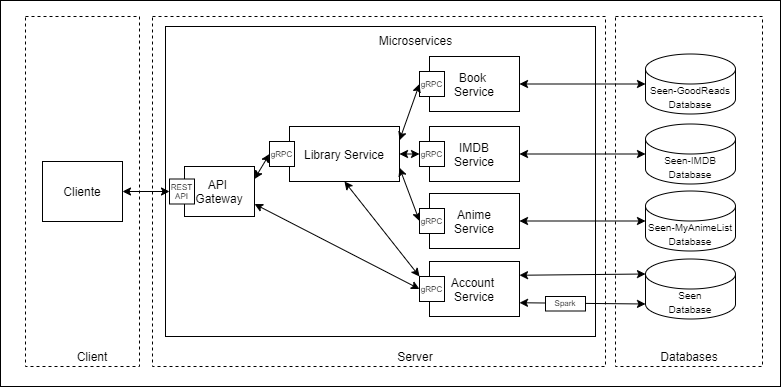
The draw.io diagram app/api/report_final/images/CloudNativeAppArchitecture.png in JotaFilip/cn-g, before a commit. Source tidied: cells renumbered, new cells last; positions are measured from the earlier drawing's top-left corner, leaving out a move shared by most shapes. Its diagram source:
```xml
<mxGraphModel>
  <root>
    <mxCell id="0" />
    <mxCell id="1" parent="0" />
    <mxCell id="2" style="whiteSpace=wrap;html=1;" parent="1" vertex="1">
      <mxGeometry width="780" height="386" as="geometry" />
    </mxCell>
    <mxCell id="3" style="rounded=0;whiteSpace=wrap;html=1;dashed=1;fillColor=none;" parent="1" vertex="1">
      <mxGeometry x="152" y="16" width="453" height="350" as="geometry" />
    </mxCell>
    <mxCell id="4" style="rounded=0;whiteSpace=wrap;html=1;fillColor=none;" parent="1" vertex="1">
      <mxGeometry x="165" y="26" width="430" height="310" as="geometry" />
    </mxCell>
    <mxCell id="5" style="rounded=0;whiteSpace=wrap;html=1;dashed=1;fillColor=none;" parent="1" vertex="1">
      <mxGeometry x="25" y="16" width="114" height="350" as="geometry" />
    </mxCell>
    <mxCell id="6" style="rounded=0;whiteSpace=wrap;html=1;dashed=1;fillColor=none;" parent="1" vertex="1">
      <mxGeometry x="615" y="16" width="147" height="350" as="geometry" />
    </mxCell>
    <mxCell id="7" value="Cliente" style="rounded=0;whiteSpace=wrap;html=1;" parent="1" vertex="1">
      <mxGeometry x="42" y="161" width="80" height="60" as="geometry" />
    </mxCell>
    <mxCell id="8" value="API &lt;br&gt;Gateway" style="rounded=0;whiteSpace=wrap;html=1;" parent="1" vertex="1">
      <mxGeometry x="184" y="166" width="70" height="50" as="geometry" />
    </mxCell>
    <mxCell id="9" value="&lt;div&gt;&lt;span style=&quot;font-size: 10px&quot;&gt;Seen-MyAnimeList Database&lt;/span&gt;&lt;/div&gt;" style="shape=cylinder3;whiteSpace=wrap;html=1;boundedLbl=1;backgroundOutline=1;size=15;align=center;" parent="1" vertex="1">
      <mxGeometry x="645" y="190.5" width="90" height="60" as="geometry" />
    </mxCell>
    <mxCell id="10" value="Databases" style="text;html=1;strokeColor=none;fillColor=none;align=center;verticalAlign=middle;whiteSpace=wrap;rounded=0;dashed=1;" parent="1" vertex="1">
      <mxGeometry x="668.5" y="346" width="40" height="20" as="geometry" />
    </mxCell>
    <mxCell id="11" value="&lt;font style=&quot;font-size: 10px&quot;&gt;Seen&lt;br&gt;Database&lt;/font&gt;" style="shape=cylinder3;whiteSpace=wrap;html=1;boundedLbl=1;backgroundOutline=1;size=15;" parent="1" vertex="1">
      <mxGeometry x="645" y="258.5" width="90" height="60" as="geometry" />
    </mxCell>
    <mxCell id="12" value="Microservices" style="text;html=1;strokeColor=none;fillColor=none;align=center;verticalAlign=middle;whiteSpace=wrap;rounded=0;" parent="1" vertex="1">
      <mxGeometry x="367.5" y="30" width="95" height="20" as="geometry" />
    </mxCell>
    <mxCell id="13" value="Anime&lt;br&gt;Service" style="rounded=0;whiteSpace=wrap;html=1;fillColor=none;" parent="1" vertex="1">
      <mxGeometry x="429" y="193" width="90" height="55" as="geometry" />
    </mxCell>
    <mxCell id="14" style="rounded=0;jettySize=auto;html=1;exitX=1;exitY=0.75;exitDx=0;exitDy=0;entryX=0;entryY=1;entryDx=0;entryDy=-15;startArrow=classic;startFill=1;entryPerimeter=0;" parent="1" edge="1" source="16" target="11">
      <mxGeometry relative="1" as="geometry" />
    </mxCell>
    <mxCell id="15" style="edgeStyle=none;rounded=0;jettySize=auto;html=1;exitX=1;exitY=0.25;exitDx=0;exitDy=0;startArrow=classic;startFill=1;entryX=0;entryY=0;entryDx=0;entryDy=15;entryPerimeter=0;" parent="1" edge="1" source="16" target="11">
      <mxGeometry relative="1" as="geometry" />
    </mxCell>
    <mxCell id="16" value="Account &lt;br&gt;Service" style="rounded=0;whiteSpace=wrap;html=1;fillColor=none;" parent="1" vertex="1">
      <mxGeometry x="429" y="261" width="90" height="55" as="geometry" />
    </mxCell>
    <mxCell id="17" style="endArrow=classic;startArrow=classic;html=1;entryX=0;entryY=0.5;entryDx=0;entryDy=0;entryPerimeter=0;exitX=1;exitY=0.5;exitDx=0;exitDy=0;" parent="1" edge="1" source="13" target="9">
      <mxGeometry relative="1" as="geometry" />
    </mxCell>
    <mxCell id="18" style="endArrow=classic;startArrow=classic;html=1;exitX=1;exitY=0.5;exitDx=0;exitDy=0;entryX=0;entryY=0.5;entryDx=0;entryDy=0;" parent="1" edge="1" source="7" target="36">
      <mxGeometry relative="1" as="geometry" />
    </mxCell>
    <mxCell id="19" style="endArrow=classic;startArrow=classic;html=1;entryX=0;entryY=0.5;entryDx=0;entryDy=0;exitX=1;exitY=0.75;exitDx=0;exitDy=0;" parent="1" edge="1" source="32" target="34">
      <mxGeometry relative="1" as="geometry" />
    </mxCell>
    <mxCell id="20" style="endArrow=classic;startArrow=classic;html=1;exitX=1;exitY=0.75;exitDx=0;exitDy=0;entryX=0;entryY=0.5;entryDx=0;entryDy=0;" parent="1" edge="1" source="8" target="35">
      <mxGeometry relative="1" as="geometry" />
    </mxCell>
    <mxCell id="21" value="Client" style="text;html=1;strokeColor=none;fillColor=none;align=center;verticalAlign=middle;whiteSpace=wrap;rounded=0;" parent="1" vertex="1">
      <mxGeometry x="72" y="346" width="40" height="20" as="geometry" />
    </mxCell>
    <mxCell id="22" value="Server" style="text;html=1;strokeColor=none;fillColor=none;align=center;verticalAlign=middle;whiteSpace=wrap;rounded=0;" parent="1" vertex="1">
      <mxGeometry x="395" y="346" width="40" height="20" as="geometry" />
    </mxCell>
    <mxCell id="23" value="IMDB&lt;br&gt;Service" style="rounded=0;whiteSpace=wrap;html=1;fillColor=none;" parent="1" vertex="1">
      <mxGeometry x="429" y="126" width="90" height="55" as="geometry" />
    </mxCell>
    <mxCell id="24" value="Book &lt;br&gt;Service" style="rounded=0;whiteSpace=wrap;html=1;fillColor=none;" parent="1" vertex="1">
      <mxGeometry x="429" y="56" width="90" height="55" as="geometry" />
    </mxCell>
    <mxCell id="25" value="&lt;h6&gt;&lt;span style=&quot;font-size: 8px ; font-weight: 400&quot;&gt;gRPC&lt;/span&gt;&lt;br&gt;&lt;/h6&gt;" style="whiteSpace=wrap;html=1;align=center;" parent="1" vertex="1">
      <mxGeometry x="419" y="71" width="25" height="25" as="geometry" />
    </mxCell>
    <mxCell id="26" style="endArrow=classic;startArrow=classic;html=1;entryX=0;entryY=0.5;entryDx=0;entryDy=0;exitX=1;exitY=0.5;exitDx=0;exitDy=0;" parent="1" edge="1" source="32" target="33">
      <mxGeometry relative="1" as="geometry" />
    </mxCell>
    <mxCell id="27" style="endArrow=classic;startArrow=classic;html=1;exitX=1;exitY=0.25;exitDx=0;exitDy=0;entryX=0;entryY=0.5;entryDx=0;entryDy=0;" parent="1" edge="1" source="32" target="25">
      <mxGeometry relative="1" as="geometry" />
    </mxCell>
    <mxCell id="28" value="&lt;font style=&quot;font-size: 10px&quot;&gt;Seen-IMDB Database&lt;/font&gt;" style="shape=cylinder3;whiteSpace=wrap;html=1;boundedLbl=1;backgroundOutline=1;size=15;" parent="1" vertex="1">
      <mxGeometry x="645" y="123.5" width="90" height="60" as="geometry" />
    </mxCell>
    <mxCell id="29" value="&lt;font style=&quot;font-size: 10px&quot;&gt;Seen-GoodReads Database&lt;/font&gt;" style="shape=cylinder3;whiteSpace=wrap;html=1;boundedLbl=1;backgroundOutline=1;size=15;" parent="1" vertex="1">
      <mxGeometry x="645" y="53.5" width="90" height="60" as="geometry" />
    </mxCell>
    <mxCell id="30" style="endArrow=classic;startArrow=classic;html=1;entryX=0;entryY=0.5;entryDx=0;entryDy=0;entryPerimeter=0;exitX=1;exitY=0.5;exitDx=0;exitDy=0;" parent="1" edge="1" source="23" target="28">
      <mxGeometry relative="1" as="geometry" />
    </mxCell>
    <mxCell id="31" style="endArrow=classic;startArrow=classic;html=1;entryX=0;entryY=0.5;entryDx=0;entryDy=0;entryPerimeter=0;exitX=1;exitY=0.5;exitDx=0;exitDy=0;" parent="1" edge="1" source="24" target="29">
      <mxGeometry relative="1" as="geometry" />
    </mxCell>
    <mxCell id="32" value="Library Service" style="rounded=0;whiteSpace=wrap;html=1;fillColor=none;" parent="1" vertex="1">
      <mxGeometry x="289" y="126" width="110" height="55" as="geometry" />
    </mxCell>
    <mxCell id="33" value="&lt;h6&gt;&lt;span style=&quot;font-size: 8px ; font-weight: 400&quot;&gt;gRPC&lt;/span&gt;&lt;br&gt;&lt;/h6&gt;" style="whiteSpace=wrap;html=1;align=center;" parent="1" vertex="1">
      <mxGeometry x="419" y="141" width="25" height="25" as="geometry" />
    </mxCell>
    <mxCell id="34" value="&lt;h6&gt;&lt;span style=&quot;font-size: 8px ; font-weight: 400&quot;&gt;gRPC&lt;/span&gt;&lt;br&gt;&lt;/h6&gt;" style="whiteSpace=wrap;html=1;align=center;" parent="1" vertex="1">
      <mxGeometry x="419" y="208" width="25" height="25" as="geometry" />
    </mxCell>
    <mxCell id="35" value="&lt;h6&gt;&lt;span style=&quot;font-size: 8px ; font-weight: 400&quot;&gt;gRPC&lt;/span&gt;&lt;br&gt;&lt;/h6&gt;" style="whiteSpace=wrap;html=1;align=center;" parent="1" vertex="1">
      <mxGeometry x="419" y="276" width="25" height="25" as="geometry" />
    </mxCell>
    <mxCell id="36" value="&lt;h6&gt;&lt;font style=&quot;font-size: 8px ; line-height: 120% ; font-weight: normal&quot;&gt;REST API&lt;/font&gt;&lt;/h6&gt;" style="whiteSpace=wrap;html=1;align=center;" parent="1" vertex="1">
      <mxGeometry x="169" y="178.5" width="25" height="25" as="geometry" />
    </mxCell>
    <mxCell id="37" value="&lt;h6&gt;&lt;font style=&quot;font-size: 8px ; line-height: 120% ; font-weight: normal&quot;&gt;gRPC&lt;/font&gt;&lt;/h6&gt;" style="whiteSpace=wrap;html=1;align=center;" parent="1" vertex="1">
      <mxGeometry x="269" y="141" width="25" height="25" as="geometry" />
    </mxCell>
    <mxCell id="38" style="endArrow=classic;startArrow=classic;html=1;exitX=1;exitY=0.25;exitDx=0;exitDy=0;entryX=0;entryY=0.5;entryDx=0;entryDy=0;" parent="1" edge="1" source="8" target="37">
      <mxGeometry relative="1" as="geometry" />
    </mxCell>
    <mxCell id="39" style="endArrow=classic;startArrow=classic;html=1;exitX=0.5;exitY=1;exitDx=0;exitDy=0;entryX=0;entryY=0;entryDx=0;entryDy=0;" parent="1" edge="1" source="32" target="35">
      <mxGeometry relative="1" as="geometry" />
    </mxCell>
    <mxCell id="40" value="&lt;h6&gt;&lt;span style=&quot;font-size: 8px ; font-weight: 400&quot;&gt;Spark&lt;/span&gt;&lt;br&gt;&lt;/h6&gt;" style="whiteSpace=wrap;html=1;align=center;" parent="1" vertex="1">
      <mxGeometry x="545" y="296" width="40" height="14.5" as="geometry" />
    </mxCell>
  </root>
</mxGraphModel>
```
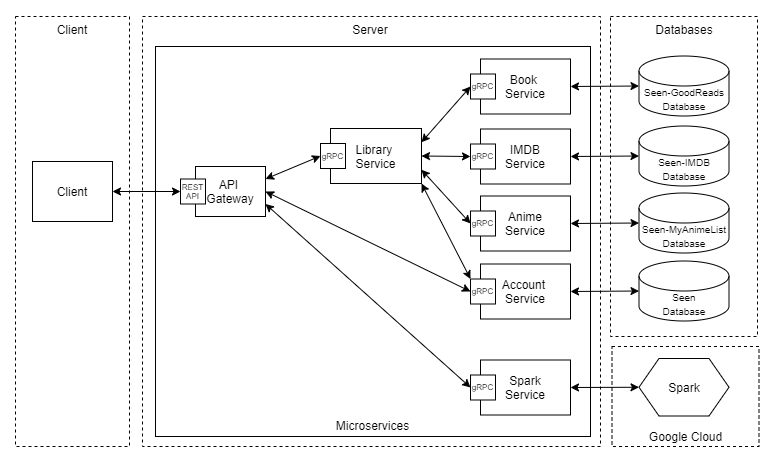
After the change.

Diff of the diagram source:
```diff
@@ -2,50 +2,50 @@
   <root>
     <mxCell id="0" />
     <mxCell id="1" parent="0" />
-    <mxCell id="2" style="whiteSpace=wrap;html=1;" parent="1" vertex="1">
-      <mxGeometry width="780" height="386" as="geometry" />
+    <mxCell id="2" style="whiteSpace=wrap;html=1;strokeColor=none;" parent="1" vertex="1">
+      <mxGeometry x="10" width="770" height="456" as="geometry" />
     </mxCell>
     <mxCell id="3" style="rounded=0;whiteSpace=wrap;html=1;dashed=1;fillColor=none;" parent="1" vertex="1">
-      <mxGeometry x="152" y="16" width="453" height="350" as="geometry" />
+      <mxGeometry x="152" y="16" width="458" height="430" as="geometry" />
     </mxCell>
     <mxCell id="4" style="rounded=0;whiteSpace=wrap;html=1;fillColor=none;" parent="1" vertex="1">
-      <mxGeometry x="165" y="26" width="430" height="310" as="geometry" />
+      <mxGeometry x="165" y="46" width="435" height="390" as="geometry" />
     </mxCell>
     <mxCell id="5" style="rounded=0;whiteSpace=wrap;html=1;dashed=1;fillColor=none;" parent="1" vertex="1">
-      <mxGeometry x="25" y="16" width="114" height="350" as="geometry" />
+      <mxGeometry x="25" y="16" width="114" height="430" as="geometry" />
     </mxCell>
     <mxCell id="6" style="rounded=0;whiteSpace=wrap;html=1;dashed=1;fillColor=none;" parent="1" vertex="1">
-      <mxGeometry x="615" y="16" width="147" height="350" as="geometry" />
+      <mxGeometry x="620" y="16" width="147" height="320" as="geometry" />
     </mxCell>
-    <mxCell id="7" value="Cliente" style="rounded=0;whiteSpace=wrap;html=1;" parent="1" vertex="1">
+    <mxCell id="7" value="Client" style="rounded=0;whiteSpace=wrap;html=1;" parent="1" vertex="1">
       <mxGeometry x="42" y="161" width="80" height="60" as="geometry" />
     </mxCell>
+    <mxCell id="41" style="edgeStyle=none;rounded=0;jettySize=auto;html=1;exitX=1;exitY=0.75;exitDx=0;exitDy=0;entryX=0;entryY=0.5;entryDx=0;entryDy=0;startArrow=classic;startFill=1;" parent="1" edge="1" source="8" target="46">
+      <mxGeometry relative="1" as="geometry" />
+    </mxCell>
     <mxCell id="8" value="API &lt;br&gt;Gateway" style="rounded=0;whiteSpace=wrap;html=1;" parent="1" vertex="1">
-      <mxGeometry x="184" y="166" width="70" height="50" as="geometry" />
+      <mxGeometry x="205" y="166" width="70" height="50" as="geometry" />
     </mxCell>
     <mxCell id="9" value="&lt;div&gt;&lt;span style=&quot;font-size: 10px&quot;&gt;Seen-MyAnimeList Database&lt;/span&gt;&lt;/div&gt;" style="shape=cylinder3;whiteSpace=wrap;html=1;boundedLbl=1;backgroundOutline=1;size=15;align=center;" parent="1" vertex="1">
-      <mxGeometry x="645" y="190.5" width="90" height="60" as="geometry" />
+      <mxGeometry x="648.5" y="192.5" width="90" height="60" as="geometry" />
     </mxCell>
     <mxCell id="10" value="Databases" style="text;html=1;strokeColor=none;fillColor=none;align=center;verticalAlign=middle;whiteSpace=wrap;rounded=0;dashed=1;" parent="1" vertex="1">
-      <mxGeometry x="668.5" y="346" width="40" height="20" as="geometry" />
+      <mxGeometry x="673.5" y="19" width="40" height="20" as="geometry" />
     </mxCell>
     <mxCell id="11" value="&lt;font style=&quot;font-size: 10px&quot;&gt;Seen&lt;br&gt;Database&lt;/font&gt;" style="shape=cylinder3;whiteSpace=wrap;html=1;boundedLbl=1;backgroundOutline=1;size=15;" parent="1" vertex="1">
-      <mxGeometry x="645" y="258.5" width="90" height="60" as="geometry" />
+      <mxGeometry x="648.5" y="260.5" width="90" height="60" as="geometry" />
     </mxCell>
     <mxCell id="12" value="Microservices" style="text;html=1;strokeColor=none;fillColor=none;align=center;verticalAlign=middle;whiteSpace=wrap;rounded=0;" parent="1" vertex="1">
-      <mxGeometry x="367.5" y="30" width="95" height="20" as="geometry" />
+      <mxGeometry x="335" y="414.5" width="95" height="20" as="geometry" />
     </mxCell>
     <mxCell id="13" value="Anime&lt;br&gt;Service" style="rounded=0;whiteSpace=wrap;html=1;fillColor=none;" parent="1" vertex="1">
-      <mxGeometry x="429" y="193" width="90" height="55" as="geometry" />
+      <mxGeometry x="490" y="195.5" width="90" height="55" as="geometry" />
     </mxCell>
-    <mxCell id="14" style="rounded=0;jettySize=auto;html=1;exitX=1;exitY=0.75;exitDx=0;exitDy=0;entryX=0;entryY=1;entryDx=0;entryDy=-15;startArrow=classic;startFill=1;entryPerimeter=0;" parent="1" edge="1" source="16" target="11">
-      <mxGeometry relative="1" as="geometry" />
-    </mxCell>
-    <mxCell id="15" style="edgeStyle=none;rounded=0;jettySize=auto;html=1;exitX=1;exitY=0.25;exitDx=0;exitDy=0;startArrow=classic;startFill=1;entryX=0;entryY=0;entryDx=0;entryDy=15;entryPerimeter=0;" parent="1" edge="1" source="16" target="11">
+    <mxCell id="15" style="edgeStyle=none;rounded=0;jettySize=auto;html=1;exitX=1;exitY=0.5;exitDx=0;exitDy=0;startArrow=classic;startFill=1;entryX=0;entryY=0.5;entryDx=0;entryDy=0;entryPerimeter=0;" parent="1" edge="1" source="16" target="11">
       <mxGeometry relative="1" as="geometry" />
     </mxCell>
     <mxCell id="16" value="Account &lt;br&gt;Service" style="rounded=0;whiteSpace=wrap;html=1;fillColor=none;" parent="1" vertex="1">
-      <mxGeometry x="429" y="261" width="90" height="55" as="geometry" />
+      <mxGeometry x="490" y="263.5" width="90" height="55" as="geometry" />
     </mxCell>
     <mxCell id="17" style="endArrow=classic;startArrow=classic;html=1;entryX=0;entryY=0.5;entryDx=0;entryDy=0;entryPerimeter=0;exitX=1;exitY=0.5;exitDx=0;exitDy=0;" parent="1" edge="1" source="13" target="9">
       <mxGeometry relative="1" as="geometry" />
@@ -56,23 +56,23 @@
     <mxCell id="19" style="endArrow=classic;startArrow=classic;html=1;entryX=0;entryY=0.5;entryDx=0;entryDy=0;exitX=1;exitY=0.75;exitDx=0;exitDy=0;" parent="1" edge="1" source="32" target="34">
       <mxGeometry relative="1" as="geometry" />
     </mxCell>
-    <mxCell id="20" style="endArrow=classic;startArrow=classic;html=1;exitX=1;exitY=0.75;exitDx=0;exitDy=0;entryX=0;entryY=0.5;entryDx=0;entryDy=0;" parent="1" edge="1" source="8" target="35">
+    <mxCell id="20" style="endArrow=classic;startArrow=classic;html=1;exitX=1;exitY=0.5;exitDx=0;exitDy=0;entryX=0;entryY=0.5;entryDx=0;entryDy=0;" parent="1" edge="1" source="8" target="35">
       <mxGeometry relative="1" as="geometry" />
     </mxCell>
     <mxCell id="21" value="Client" style="text;html=1;strokeColor=none;fillColor=none;align=center;verticalAlign=middle;whiteSpace=wrap;rounded=0;" parent="1" vertex="1">
-      <mxGeometry x="72" y="346" width="40" height="20" as="geometry" />
+      <mxGeometry x="62" y="19" width="40" height="20" as="geometry" />
     </mxCell>
     <mxCell id="22" value="Server" style="text;html=1;strokeColor=none;fillColor=none;align=center;verticalAlign=middle;whiteSpace=wrap;rounded=0;" parent="1" vertex="1">
-      <mxGeometry x="395" y="346" width="40" height="20" as="geometry" />
+      <mxGeometry x="360" y="19" width="40" height="20" as="geometry" />
     </mxCell>
     <mxCell id="23" value="IMDB&lt;br&gt;Service" style="rounded=0;whiteSpace=wrap;html=1;fillColor=none;" parent="1" vertex="1">
-      <mxGeometry x="429" y="126" width="90" height="55" as="geometry" />
+      <mxGeometry x="490" y="128.5" width="90" height="55" as="geometry" />
     </mxCell>
     <mxCell id="24" value="Book &lt;br&gt;Service" style="rounded=0;whiteSpace=wrap;html=1;fillColor=none;" parent="1" vertex="1">
-      <mxGeometry x="429" y="56" width="90" height="55" as="geometry" />
+      <mxGeometry x="490" y="58.5" width="90" height="55" as="geometry" />
     </mxCell>
     <mxCell id="25" value="&lt;h6&gt;&lt;span style=&quot;font-size: 8px ; font-weight: 400&quot;&gt;gRPC&lt;/span&gt;&lt;br&gt;&lt;/h6&gt;" style="whiteSpace=wrap;html=1;align=center;" parent="1" vertex="1">
-      <mxGeometry x="419" y="71" width="25" height="25" as="geometry" />
+      <mxGeometry x="480" y="73.5" width="25" height="25" as="geometry" />
     </mxCell>
     <mxCell id="26" style="endArrow=classic;startArrow=classic;html=1;entryX=0;entryY=0.5;entryDx=0;entryDy=0;exitX=1;exitY=0.5;exitDx=0;exitDy=0;" parent="1" edge="1" source="32" target="33">
       <mxGeometry relative="1" as="geometry" />
@@ -81,10 +81,10 @@
       <mxGeometry relative="1" as="geometry" />
     </mxCell>
     <mxCell id="28" value="&lt;font style=&quot;font-size: 10px&quot;&gt;Seen-IMDB Database&lt;/font&gt;" style="shape=cylinder3;whiteSpace=wrap;html=1;boundedLbl=1;backgroundOutline=1;size=15;" parent="1" vertex="1">
-      <mxGeometry x="645" y="123.5" width="90" height="60" as="geometry" />
+      <mxGeometry x="648.5" y="125.5" width="90" height="60" as="geometry" />
     </mxCell>
     <mxCell id="29" value="&lt;font style=&quot;font-size: 10px&quot;&gt;Seen-GoodReads Database&lt;/font&gt;" style="shape=cylinder3;whiteSpace=wrap;html=1;boundedLbl=1;backgroundOutline=1;size=15;" parent="1" vertex="1">
-      <mxGeometry x="645" y="53.5" width="90" height="60" as="geometry" />
+      <mxGeometry x="648.5" y="55.5" width="90" height="60" as="geometry" />
     </mxCell>
     <mxCell id="30" style="endArrow=classic;startArrow=classic;html=1;entryX=0;entryY=0.5;entryDx=0;entryDy=0;entryPerimeter=0;exitX=1;exitY=0.5;exitDx=0;exitDy=0;" parent="1" edge="1" source="23" target="28">
       <mxGeometry relative="1" as="geometry" />
@@ -92,32 +92,47 @@
     <mxCell id="31" style="endArrow=classic;startArrow=classic;html=1;entryX=0;entryY=0.5;entryDx=0;entryDy=0;entryPerimeter=0;exitX=1;exitY=0.5;exitDx=0;exitDy=0;" parent="1" edge="1" source="24" target="29">
       <mxGeometry relative="1" as="geometry" />
     </mxCell>
-    <mxCell id="32" value="Library Service" style="rounded=0;whiteSpace=wrap;html=1;fillColor=none;" parent="1" vertex="1">
-      <mxGeometry x="289" y="126" width="110" height="55" as="geometry" />
+    <mxCell id="32" value="Library &lt;br&gt;Service" style="rounded=0;whiteSpace=wrap;html=1;fillColor=none;" parent="1" vertex="1">
+      <mxGeometry x="340" y="128" width="91" height="55" as="geometry" />
     </mxCell>
     <mxCell id="33" value="&lt;h6&gt;&lt;span style=&quot;font-size: 8px ; font-weight: 400&quot;&gt;gRPC&lt;/span&gt;&lt;br&gt;&lt;/h6&gt;" style="whiteSpace=wrap;html=1;align=center;" parent="1" vertex="1">
-      <mxGeometry x="419" y="141" width="25" height="25" as="geometry" />
+      <mxGeometry x="480" y="143.5" width="25" height="25" as="geometry" />
     </mxCell>
     <mxCell id="34" value="&lt;h6&gt;&lt;span style=&quot;font-size: 8px ; font-weight: 400&quot;&gt;gRPC&lt;/span&gt;&lt;br&gt;&lt;/h6&gt;" style="whiteSpace=wrap;html=1;align=center;" parent="1" vertex="1">
-      <mxGeometry x="419" y="208" width="25" height="25" as="geometry" />
+      <mxGeometry x="480" y="210.5" width="25" height="25" as="geometry" />
     </mxCell>
     <mxCell id="35" value="&lt;h6&gt;&lt;span style=&quot;font-size: 8px ; font-weight: 400&quot;&gt;gRPC&lt;/span&gt;&lt;br&gt;&lt;/h6&gt;" style="whiteSpace=wrap;html=1;align=center;" parent="1" vertex="1">
-      <mxGeometry x="419" y="276" width="25" height="25" as="geometry" />
+      <mxGeometry x="480" y="278.5" width="25" height="25" as="geometry" />
     </mxCell>
     <mxCell id="36" value="&lt;h6&gt;&lt;font style=&quot;font-size: 8px ; line-height: 120% ; font-weight: normal&quot;&gt;REST API&lt;/font&gt;&lt;/h6&gt;" style="whiteSpace=wrap;html=1;align=center;" parent="1" vertex="1">
-      <mxGeometry x="169" y="178.5" width="25" height="25" as="geometry" />
+      <mxGeometry x="190" y="178.5" width="25" height="25" as="geometry" />
     </mxCell>
     <mxCell id="37" value="&lt;h6&gt;&lt;font style=&quot;font-size: 8px ; line-height: 120% ; font-weight: normal&quot;&gt;gRPC&lt;/font&gt;&lt;/h6&gt;" style="whiteSpace=wrap;html=1;align=center;" parent="1" vertex="1">
-      <mxGeometry x="269" y="141" width="25" height="25" as="geometry" />
+      <mxGeometry x="330" y="143" width="25" height="25" as="geometry" />
     </mxCell>
     <mxCell id="38" style="endArrow=classic;startArrow=classic;html=1;exitX=1;exitY=0.25;exitDx=0;exitDy=0;entryX=0;entryY=0.5;entryDx=0;entryDy=0;" parent="1" edge="1" source="8" target="37">
       <mxGeometry relative="1" as="geometry" />
     </mxCell>
-    <mxCell id="39" style="endArrow=classic;startArrow=classic;html=1;exitX=0.5;exitY=1;exitDx=0;exitDy=0;entryX=0;entryY=0;entryDx=0;entryDy=0;" parent="1" edge="1" source="32" target="35">
+    <mxCell id="39" style="endArrow=classic;startArrow=classic;html=1;exitX=1;exitY=1;exitDx=0;exitDy=0;entryX=0;entryY=0;entryDx=0;entryDy=0;" parent="1" edge="1" source="32" target="35">
       <mxGeometry relative="1" as="geometry" />
     </mxCell>
+    <mxCell id="42" style="rounded=0;whiteSpace=wrap;html=1;dashed=1;fillColor=none;" parent="1" vertex="1">
+      <mxGeometry x="621.5" y="346" width="147" height="100" as="geometry" />
+    </mxCell>
+    <mxCell id="43" style="edgeStyle=none;rounded=0;jettySize=auto;html=1;exitX=1;exitY=0.5;exitDx=0;exitDy=0;entryX=0;entryY=0.5;entryDx=0;entryDy=0;startArrow=classic;startFill=1;" parent="1" edge="1" source="44" target="40">
+      <mxGeometry relative="1" as="geometry" />
+    </mxCell>
+    <mxCell id="44" value="Spark&lt;br&gt;Service" style="rounded=0;whiteSpace=wrap;html=1;fillColor=none;" parent="1" vertex="1">
+      <mxGeometry x="490" y="359.5" width="90" height="55" as="geometry" />
+    </mxCell>
-    <mxCell id="40" value="&lt;h6&gt;&lt;span style=&quot;font-size: 8px ; font-weight: 400&quot;&gt;Spark&lt;/span&gt;&lt;br&gt;&lt;/h6&gt;" style="whiteSpace=wrap;html=1;align=center;" parent="1" vertex="1">
-      <mxGeometry x="545" y="296" width="40" height="14.5" as="geometry" />
+    <mxCell id="40" value="Spark" style="shape=hexagon;perimeter=hexagonPerimeter2;whiteSpace=wrap;html=1;fixedSize=1;" parent="1" vertex="1">
+      <mxGeometry x="648.5" y="358" width="90" height="57.5" as="geometry" />
     </mxCell>
+    <mxCell id="45" value="Google Cloud" style="text;html=1;strokeColor=none;fillColor=none;align=center;verticalAlign=middle;whiteSpace=wrap;rounded=0;dashed=1;" parent="1" vertex="1">
+      <mxGeometry x="637.5" y="426" width="115" height="20" as="geometry" />
+    </mxCell>
+    <mxCell id="46" value="&lt;h6&gt;&lt;span style=&quot;font-size: 8px ; font-weight: 400&quot;&gt;gRPC&lt;/span&gt;&lt;br&gt;&lt;/h6&gt;" style="whiteSpace=wrap;html=1;align=center;" parent="1" vertex="1">
+      <mxGeometry x="480" y="374.5" width="25" height="25" as="geometry" />
+    </mxCell>
   </root>
 </mxGraphModel>
```
